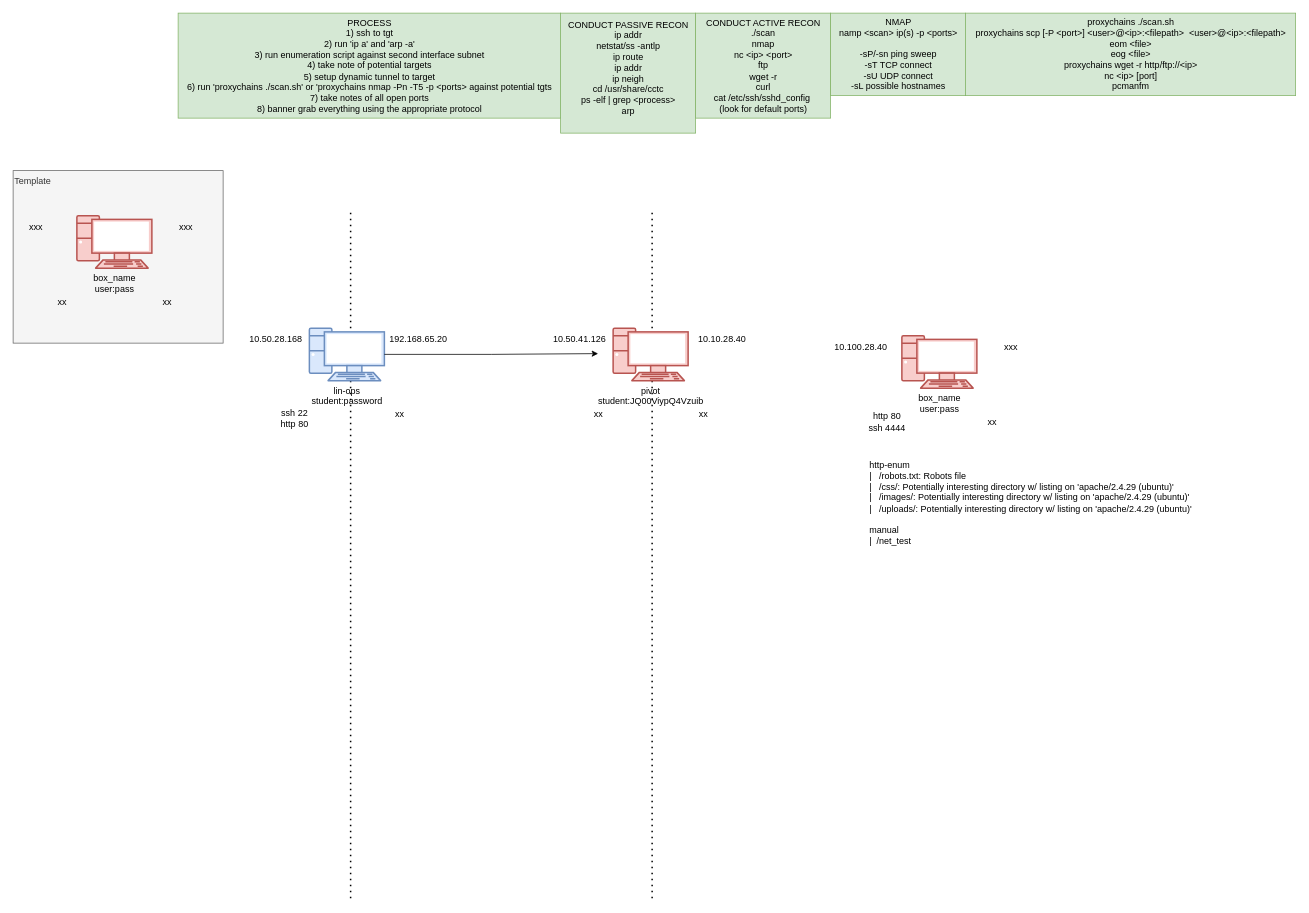
Earlier version of the draw.io diagram CCTC/SEC/Day_2/Web_Exploit/web_exploit.drawio (wifi96h/new). Source tidied: cells renumbered, new cells numbered last; positions are measured from the earlier drawing's top-left corner, leaving out a move shared by most shapes. Both pictures are drawn from the tidied source at 75%, with x=0, y=0 at pixel (13, 13).
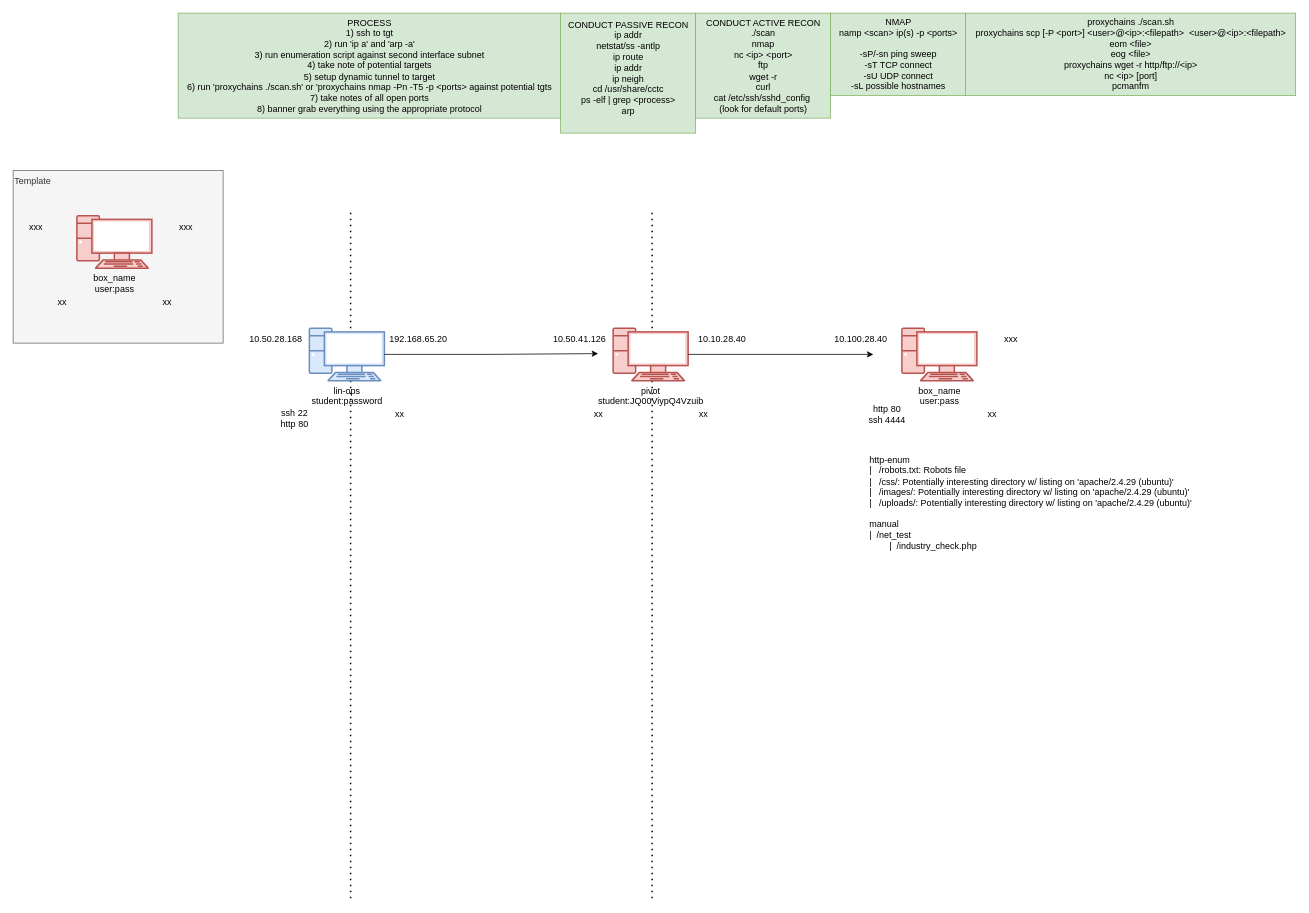
The same diagram, later.

Unchanged cells that the change refers to:
```xml
<mxCell id="14" value="&lt;div&gt;pivot&lt;/div&gt;&lt;div&gt;student:JQ00ViypQ4Vzuib&lt;/div&gt;" style="verticalAlign=top;verticalLabelPosition=bottom;labelPosition=center;align=center;html=1;outlineConnect=0;fillColor=#f8cecc;strokeColor=#b85450;gradientDirection=north;strokeWidth=2;shape=mxgraph.networks.pc;" parent="13" vertex="1">
  <mxGeometry x="35" width="100" height="70" as="geometry" />
</mxCell>
<mxCell id="40" value="10.100.28.40" style="text;html=1;align=center;verticalAlign=middle;points=[];strokeColor=none;fillColor=none;" parent="33" vertex="1">
  <mxGeometry x="-25" y="20" width="90" height="30" as="geometry" />
</mxCell>
```

Change to the diagram source:
```diff
@@
     <mxCell id="33" style="group;" parent="1" vertex="1">
-      <mxGeometry x="1110" y="410" width="265" height="155" as="geometry" />
+      <mxGeometry x="1110" y="400" width="265" height="155" as="geometry" />
     </mxCell>
@@
-    <mxCell id="41" value="&lt;div&gt;http-enum&lt;/div&gt;&lt;div&gt;|&amp;nbsp; &amp;nbsp;/robots.txt: Robots file&lt;/div&gt;&lt;div&gt;|&amp;nbsp; &amp;nbsp;/css/: Potentially interesting directory w/ listing on 'apache/2.4.29 (ubuntu)'&lt;/div&gt;&lt;div&gt;|&amp;nbsp; &amp;nbsp;/images/: Potentially interesting directory w/ listing on 'apache/2.4.29 (ubuntu)'&lt;/div&gt;&lt;div&gt;|&amp;nbsp; &amp;nbsp;/uploads/: Potentially interesting directory w/ listing on 'apache/2.4.29 (ubuntu)'&lt;/div&gt;&lt;div&gt;&lt;br&gt;&lt;/div&gt;&lt;div&gt;manual&lt;/div&gt;&lt;div&gt;|&amp;nbsp; /net_test&lt;/div&gt;" style="text;html=1;align=left;verticalAlign=middle;strokeColor=none;fillColor=none;" parent="1" vertex="1">
-      <mxGeometry x="1140" y="588" width="450" height="130" as="geometry" />
+    <mxCell id="41" value="&lt;div&gt;http-enum&lt;/div&gt;&lt;div&gt;|&amp;nbsp; &amp;nbsp;/robots.txt: Robots file&lt;/div&gt;&lt;div&gt;|&amp;nbsp; &amp;nbsp;/css/: Potentially interesting directory w/ listing on 'apache/2.4.29 (ubuntu)'&lt;/div&gt;&lt;div&gt;|&amp;nbsp; &amp;nbsp;/images/: Potentially interesting directory w/ listing on 'apache/2.4.29 (ubuntu)'&lt;/div&gt;&lt;div&gt;|&amp;nbsp; &amp;nbsp;/uploads/: Potentially interesting directory w/ listing on 'apache/2.4.29 (ubuntu)'&lt;/div&gt;&lt;div&gt;&lt;br&gt;&lt;/div&gt;&lt;div&gt;manual&lt;/div&gt;&lt;div&gt;|&amp;nbsp; /net_test&lt;/div&gt;&lt;div&gt;&lt;span style=&quot;white-space: pre;&quot;&gt;&#9;&lt;/span&gt;|&amp;nbsp; /industry_check.php&lt;br&gt;&lt;/div&gt;" style="text;html=1;align=left;verticalAlign=middle;strokeColor=none;fillColor=none;" parent="1" vertex="1">
+      <mxGeometry x="1140" y="583" width="450" height="140" as="geometry" />
     </mxCell>
+    <mxCell id="42" style="edgeStyle=orthogonalEdgeStyle;rounded=0;jettySize=auto;html=1;exitX=1;exitY=0.5;exitDx=0;exitDy=0;exitPerimeter=0;entryX=0.689;entryY=1.167;entryDx=0;entryDy=0;entryPerimeter=0;" parent="1" edge="1" source="14" target="40">
+      <mxGeometry relative="1" as="geometry" />
+    </mxCell>
```
